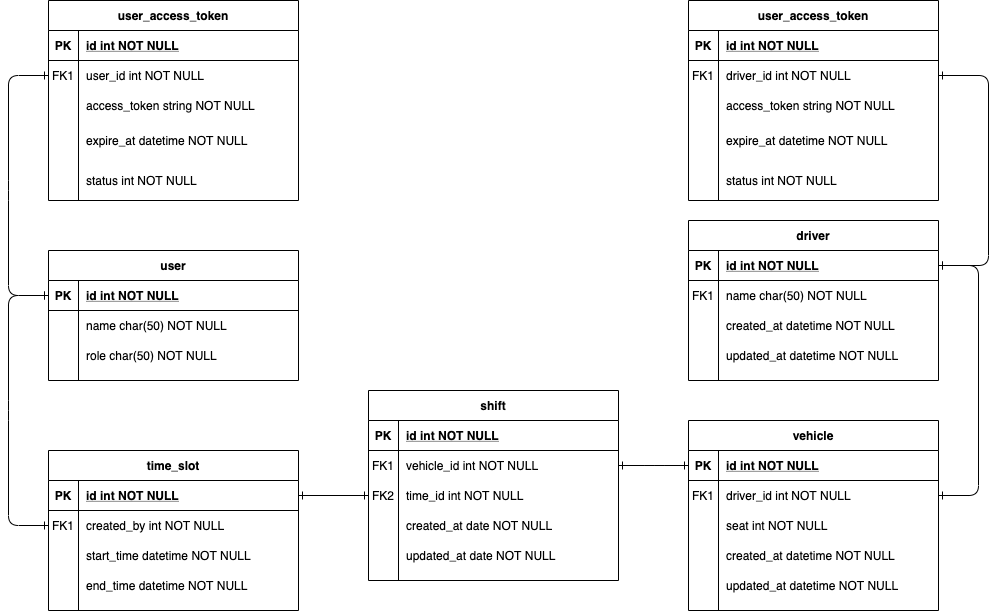
The draw.io diagram uet_thesis/entity.png in EagleVee/flowchart, before a commit. Source tidied: cells renumbered, new cells last; positions are measured from the earlier drawing's top-left corner, leaving out a move shared by most shapes.
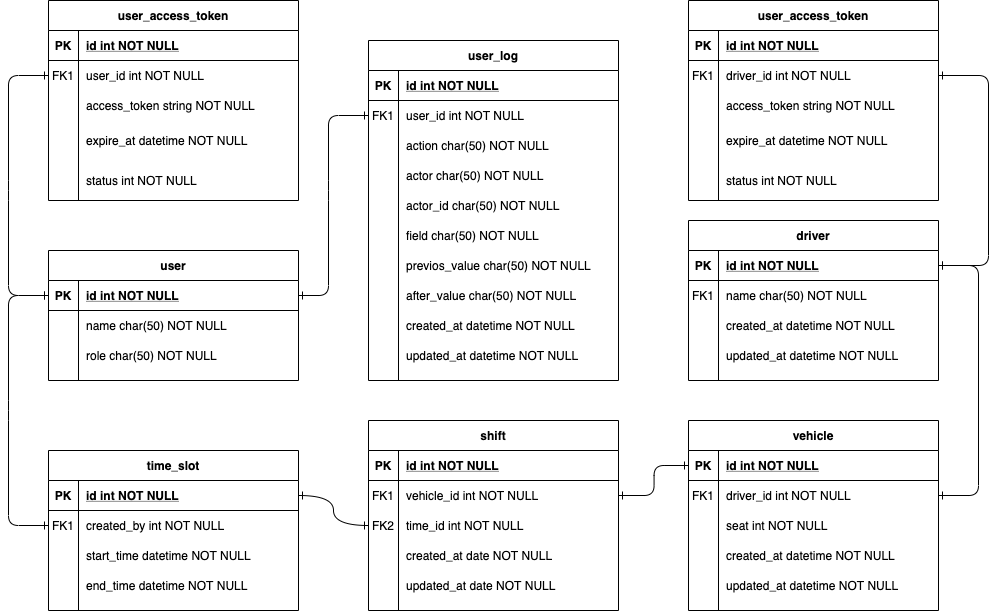
After the commit.

Change to the diagram source:
```diff
@@ -178,7 +178,7 @@
       <mxGeometry x="30" width="220" height="30" as="geometry" />
     </mxCell>
     <mxCell id="58" value="shift" style="shape=table;startSize=30;rowLines=0;fontStyle=1;align=center;" parent="1" vertex="1">
-      <mxGeometry x="360" y="390" width="250" height="190" as="geometry" />
+      <mxGeometry x="360" y="420" width="250" height="190" as="geometry" />
     </mxCell>
     <mxCell id="59" style="shape=partialRectangle;fillColor=none;top=0;left=0;right=0;bottom=1;" parent="58" vertex="1">
       <mxGeometry y="30" width="250" height="30" as="geometry" />
@@ -341,5 +341,107 @@
         </Array>
       </mxGeometry>
     </mxCell>
+    <mxCell id="108" value="user_log" style="shape=table;startSize=30;rowLines=0;fontStyle=1;align=center;" parent="1" vertex="1">
+      <mxGeometry x="360" y="40" width="250" height="340" as="geometry" />
+    </mxCell>
+    <mxCell id="109" style="shape=partialRectangle;fillColor=none;top=0;left=0;right=0;bottom=1;" parent="108" vertex="1">
+      <mxGeometry y="30" width="250" height="30" as="geometry" />
+    </mxCell>
+    <mxCell id="110" value="PK" style="shape=partialRectangle;overflow=hidden;fillColor=none;top=0;left=0;bottom=0;right=0;fontStyle=1;" parent="109" vertex="1">
+      <mxGeometry width="30" height="30" as="geometry" />
+    </mxCell>
+    <mxCell id="111" value="id int NOT NULL " style="shape=partialRectangle;overflow=hidden;fillColor=none;top=0;left=0;bottom=0;right=0;align=left;spacingLeft=6;fontStyle=5;" parent="109" vertex="1">
+      <mxGeometry x="30" width="220" height="30" as="geometry" />
+    </mxCell>
+    <mxCell id="112" style="shape=partialRectangle;fillColor=none;points=[[0,0.5],[1,0.5]];portConstraint=eastwest;top=0;left=0;right=0;bottom=0;" parent="108" vertex="1">
+      <mxGeometry y="60" width="250" height="30" as="geometry" />
+    </mxCell>
+    <mxCell id="113" value="FK1" style="shape=partialRectangle;overflow=hidden;fillColor=none;top=0;left=0;bottom=0;right=0;" parent="112" vertex="1">
+      <mxGeometry width="30" height="30" as="geometry" />
+    </mxCell>
+    <mxCell id="114" value="user_id int NOT NULL" style="shape=partialRectangle;overflow=hidden;fillColor=none;top=0;left=0;bottom=0;right=0;align=left;spacingLeft=6;" parent="112" vertex="1">
+      <mxGeometry x="30" width="220" height="30" as="geometry" />
+    </mxCell>
+    <mxCell id="115" style="shape=partialRectangle;fillColor=none;top=0;left=0;right=0;bottom=0;" parent="108" vertex="1">
+      <mxGeometry y="90" width="250" height="30" as="geometry" />
+    </mxCell>
+    <mxCell id="116" style="shape=partialRectangle;overflow=hidden;fillColor=none;top=0;left=0;bottom=0;right=0;" parent="115" vertex="1">
+      <mxGeometry width="30" height="30" as="geometry" />
+    </mxCell>
+    <mxCell id="117" value="action char(50) NOT NULL" style="shape=partialRectangle;overflow=hidden;fillColor=none;top=0;left=0;bottom=0;right=0;align=left;spacingLeft=6;" parent="115" vertex="1">
+      <mxGeometry x="30" width="220" height="30" as="geometry" />
+    </mxCell>
+    <mxCell id="118" style="shape=partialRectangle;fillColor=none;top=0;left=0;right=0;bottom=0;" parent="108" vertex="1">
+      <mxGeometry y="120" width="250" height="30" as="geometry" />
+    </mxCell>
+    <mxCell id="119" style="shape=partialRectangle;overflow=hidden;fillColor=none;top=0;left=0;bottom=0;right=0;" parent="118" vertex="1">
+      <mxGeometry width="30" height="30" as="geometry" />
+    </mxCell>
+    <mxCell id="120" value="actor char(50) NOT NULL" style="shape=partialRectangle;overflow=hidden;fillColor=none;top=0;left=0;bottom=0;right=0;align=left;spacingLeft=6;" parent="118" vertex="1">
+      <mxGeometry x="30" width="220" height="30" as="geometry" />
+    </mxCell>
+    <mxCell id="121" style="shape=partialRectangle;fillColor=none;top=0;left=0;right=0;bottom=0;" parent="108" vertex="1">
+      <mxGeometry y="150" width="250" height="30" as="geometry" />
+    </mxCell>
+    <mxCell id="122" style="shape=partialRectangle;overflow=hidden;fillColor=none;top=0;left=0;bottom=0;right=0;" parent="121" vertex="1">
+      <mxGeometry width="30" height="30" as="geometry" />
+    </mxCell>
+    <mxCell id="123" value="actor_id char(50) NOT NULL" style="shape=partialRectangle;overflow=hidden;fillColor=none;top=0;left=0;bottom=0;right=0;align=left;spacingLeft=6;" parent="121" vertex="1">
+      <mxGeometry x="30" width="220" height="30" as="geometry" />
+    </mxCell>
+    <mxCell id="124" style="shape=partialRectangle;fillColor=none;top=0;left=0;right=0;bottom=0;" parent="108" vertex="1">
+      <mxGeometry y="180" width="250" height="30" as="geometry" />
+    </mxCell>
+    <mxCell id="125" style="shape=partialRectangle;overflow=hidden;fillColor=none;top=0;left=0;bottom=0;right=0;" parent="124" vertex="1">
+      <mxGeometry width="30" height="30" as="geometry" />
+    </mxCell>
+    <mxCell id="126" value="field char(50) NOT NULL" style="shape=partialRectangle;overflow=hidden;fillColor=none;top=0;left=0;bottom=0;right=0;align=left;spacingLeft=6;" parent="124" vertex="1">
+      <mxGeometry x="30" width="220" height="30" as="geometry" />
+    </mxCell>
+    <mxCell id="127" style="shape=partialRectangle;fillColor=none;top=0;left=0;right=0;bottom=0;" parent="108" vertex="1">
+      <mxGeometry y="210" width="250" height="30" as="geometry" />
+    </mxCell>
+    <mxCell id="128" style="shape=partialRectangle;overflow=hidden;fillColor=none;top=0;left=0;bottom=0;right=0;" parent="127" vertex="1">
+      <mxGeometry width="30" height="30" as="geometry" />
+    </mxCell>
+    <mxCell id="129" value="previos_value char(50) NOT NULL" style="shape=partialRectangle;overflow=hidden;fillColor=none;top=0;left=0;bottom=0;right=0;align=left;spacingLeft=6;" parent="127" vertex="1">
+      <mxGeometry x="30" width="220" height="30" as="geometry" />
+    </mxCell>
+    <mxCell id="130" style="shape=partialRectangle;fillColor=none;top=0;left=0;right=0;bottom=0;" parent="108" vertex="1">
+      <mxGeometry y="240" width="250" height="30" as="geometry" />
+    </mxCell>
+    <mxCell id="131" style="shape=partialRectangle;overflow=hidden;fillColor=none;top=0;left=0;bottom=0;right=0;" parent="130" vertex="1">
+      <mxGeometry width="30" height="30" as="geometry" />
+    </mxCell>
+    <mxCell id="132" value="after_value char(50) NOT NULL" style="shape=partialRectangle;overflow=hidden;fillColor=none;top=0;left=0;bottom=0;right=0;align=left;spacingLeft=6;" parent="130" vertex="1">
+      <mxGeometry x="30" width="220" height="30" as="geometry" />
+    </mxCell>
+    <mxCell id="133" style="shape=partialRectangle;fillColor=none;top=0;left=0;right=0;bottom=0;" parent="108" vertex="1">
+      <mxGeometry y="270" width="250" height="30" as="geometry" />
+    </mxCell>
+    <mxCell id="134" style="shape=partialRectangle;overflow=hidden;fillColor=none;top=0;left=0;bottom=0;right=0;" parent="133" vertex="1">
+      <mxGeometry width="30" height="30" as="geometry" />
+    </mxCell>
+    <mxCell id="135" value="created_at datetime NOT NULL" style="shape=partialRectangle;overflow=hidden;fillColor=none;top=0;left=0;bottom=0;right=0;align=left;spacingLeft=6;" parent="133" vertex="1">
+      <mxGeometry x="30" width="220" height="30" as="geometry" />
+    </mxCell>
+    <mxCell id="136" style="shape=partialRectangle;fillColor=none;top=0;left=0;right=0;bottom=0;" parent="108" vertex="1">
+      <mxGeometry y="300" width="250" height="30" as="geometry" />
+    </mxCell>
+    <mxCell id="137" style="shape=partialRectangle;overflow=hidden;fillColor=none;top=0;left=0;bottom=0;right=0;" parent="136" vertex="1">
+      <mxGeometry width="30" height="30" as="geometry" />
+    </mxCell>
+    <mxCell id="138" value="updated_at datetime NOT NULL" style="shape=partialRectangle;overflow=hidden;fillColor=none;top=0;left=0;bottom=0;right=0;align=left;spacingLeft=6;" parent="136" vertex="1">
+      <mxGeometry x="30" width="220" height="30" as="geometry" />
+    </mxCell>
+    <mxCell id="139" style="endArrow=ERone;html=1;exitX=1;exitY=0.5;exitDx=0;exitDy=0;entryX=0;entryY=0.5;entryDx=0;entryDy=0;startArrow=ERone;startFill=0;endFill=0;" parent="1" edge="1" source="20" target="112">
+      <mxGeometry relative="1" as="geometry">
+        <Array as="points">
+          <mxPoint x="320" y="295" />
+          <mxPoint x="320" y="190" />
+          <mxPoint x="320" y="115" />
+        </Array>
+      </mxGeometry>
+    </mxCell>
   </root>
 </mxGraphModel>
```
